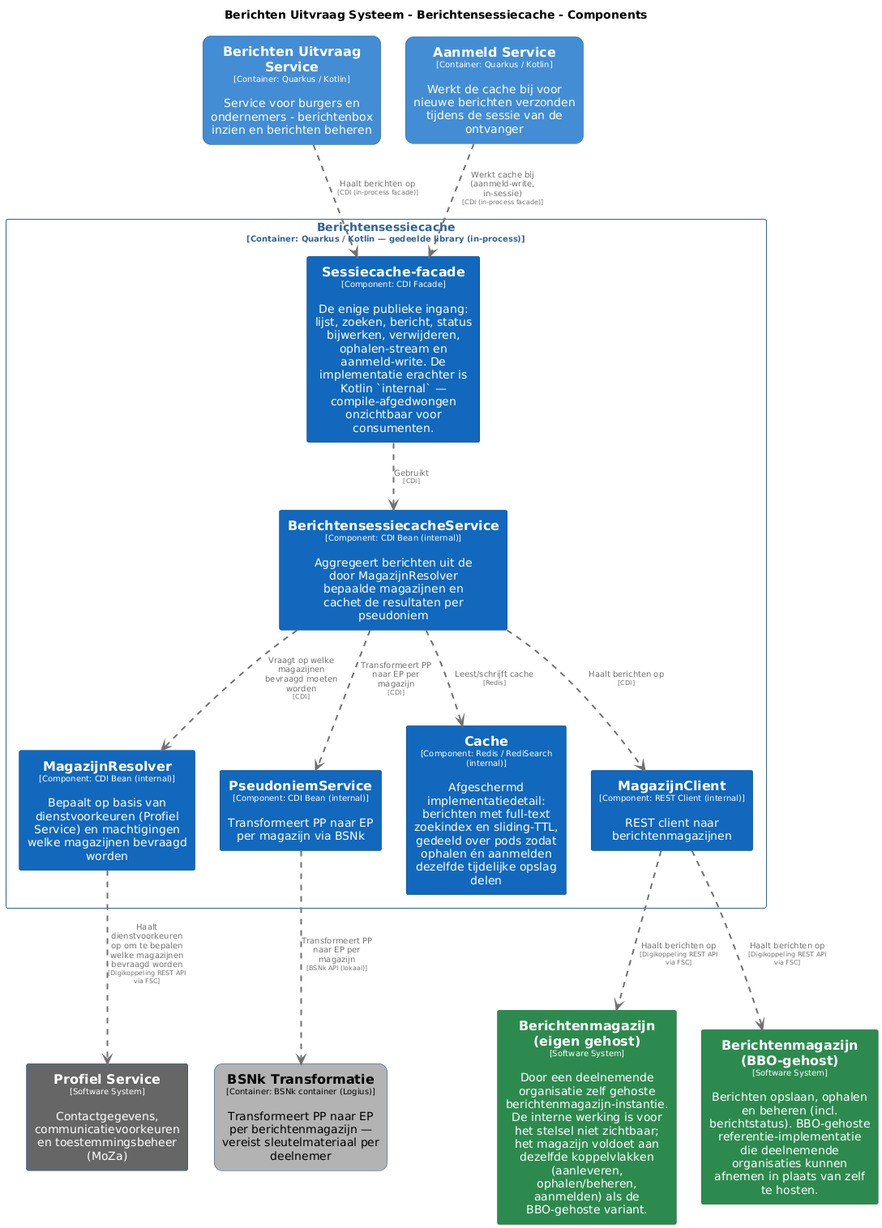
MinBZK/moza-poc-fbs-berichtenbox keeps this PlantUML diagram as pr-preview/pr-95/master/png/BerichtensessiecacheComponenten.png. Above is the earlier version. Its diagram source:
```plantuml
@startuml
set separator none
title Berichten Uitvraag Systeem - Berichtensessiecache - Components

top to bottom direction
skinparam ranksep 60
skinparam nodesep 30

skinparam {
  arrowFontSize 10
  defaultTextAlignment center
  wrapWidth 200
  maxMessageSize 100
}

hide stereotype

skinparam rectangle<<BerichtenUitvraagSysteem.AanmeldService>> {
  BackgroundColor #438dd5
  FontColor #ffffff
  BorderColor #2e6295
  roundCorner 20
  shadowing false
}
skinparam rectangle<<BerichtenUitvraagSysteem.BSNkTransformatie>> {
  BackgroundColor #b3b3b3
  FontColor #000000
  BorderColor #0b4884
  roundCorner 20
  shadowing false
}
skinparam rectangle<<BerichtenUitvraagSysteem.BerichtenUitvraagService>> {
  BackgroundColor #438dd5
  FontColor #ffffff
  BorderColor #2e6295
  roundCorner 20
  shadowing false
}
skinparam rectangle<<BerichtenmagazijnBBOgehost>> {
  BackgroundColor #2d8a4e
  FontColor #ffffff
  BorderColor #1e6b38
  shadowing false
}
skinparam rectangle<<Berichtenmagazijneigengehost>> {
  BackgroundColor #2d8a4e
  FontColor #ffffff
  BorderColor #1e6b38
  shadowing false
}
skinparam rectangle<<BerichtenUitvraagSysteem.Berichtensessiecache.BerichtensessiecacheService>> {
  BackgroundColor #1168bd
  FontColor #ffffff
  BorderColor #0b4884
  shadowing false
}
skinparam rectangle<<BerichtenUitvraagSysteem.Berichtensessiecache.Cache>> {
  BackgroundColor #1168bd
  FontColor #ffffff
  BorderColor #0b4884
  shadowing false
}
skinparam rectangle<<BerichtenUitvraagSysteem.Berichtensessiecache.MagazijnClient>> {
  BackgroundColor #1168bd
  FontColor #ffffff
  BorderColor #0b4884
  shadowing false
}
skinparam rectangle<<BerichtenUitvraagSysteem.Berichtensessiecache.MagazijnResolver>> {
  BackgroundColor #1168bd
  FontColor #ffffff
  BorderColor #0b4884
  shadowing false
}
skinparam rectangle<<ProfielService>> {
  BackgroundColor #666666
  FontColor #ffffff
  BorderColor #0b4884
  shadowing false
}
skinparam rectangle<<BerichtenUitvraagSysteem.Berichtensessiecache.PseudoniemService>> {
  BackgroundColor #1168bd
  FontColor #ffffff
  BorderColor #0b4884
  shadowing false
}
skinparam rectangle<<BerichtenUitvraagSysteem.Berichtensessiecache.Sessiecachefacade>> {
  BackgroundColor #1168bd
  FontColor #ffffff
  BorderColor #0b4884
  shadowing false
}
skinparam rectangle<<BerichtenUitvraagSysteem.Berichtensessiecache>> {
  BorderColor #2e6295
  FontColor #2e6295
  shadowing false
}

rectangle "==Profiel Service\n<size:10>[Software System]</size>\n\nContactgegevens, communicatievoorkeuren en toestemmingsbeheer (MoZa)" <<ProfielService>> as ProfielService
rectangle "==Berichtenmagazijn (eigen gehost)\n<size:10>[Software System]</size>\n\nDoor een deelnemende organisatie zelf gehoste berichtenmagazijn-instantie. De interne werking is voor het stelsel niet zichtbaar; het magazijn voldoet aan dezelfde koppelvlakken (aanleveren, ophalen/beheren, aanmelden) als de BBO-gehoste variant." <<Berichtenmagazijneigengehost>> as Berichtenmagazijneigengehost
rectangle "==Berichtenmagazijn (BBO-gehost)\n<size:10>[Software System]</size>\n\nBerichten opslaan, ophalen en beheren (incl. berichtstatus). BBO-gehoste referentie-implementatie die deelnemende organisaties kunnen afnemen in plaats van zelf te hosten." <<BerichtenmagazijnBBOgehost>> as BerichtenmagazijnBBOgehost
rectangle "==Berichten Uitvraag Service\n<size:10>[Container: Quarkus / Kotlin]</size>\n\nService voor burgers en ondernemers - berichtenbox inzien en berichten beheren" <<BerichtenUitvraagSysteem.BerichtenUitvraagService>> as BerichtenUitvraagSysteem.BerichtenUitvraagService
rectangle "==BSNk Transformatie\n<size:10>[Container: BSNk container (Logius)]</size>\n\nTransformeert PP naar EP per berichtenmagazijn — vereist sleutelmateriaal per deelnemer" <<BerichtenUitvraagSysteem.BSNkTransformatie>> as BerichtenUitvraagSysteem.BSNkTransformatie
rectangle "==Aanmeld Service\n<size:10>[Container: Quarkus / Kotlin]</size>\n\nWerkt de cache bij voor nieuwe berichten verzonden tijdens de sessie van de ontvanger" <<BerichtenUitvraagSysteem.AanmeldService>> as BerichtenUitvraagSysteem.AanmeldService

rectangle "Berichtensessiecache\n<size:10>[Container: Quarkus / Kotlin — gedeelde library (in-process)]</size>" <<BerichtenUitvraagSysteem.Berichtensessiecache>> {
  rectangle "==Sessiecache-facade\n<size:10>[Component: CDI Facade]</size>\n\nDe enige publieke ingang: lijst, zoeken, bericht, status bijwerken, verwijderen, ophalen-stream en aanmeld-write. De implementatie erachter is Kotlin `internal` — compile-afgedwongen onzichtbaar voor consumenten." <<BerichtenUitvraagSysteem.Berichtensessiecache.Sessiecachefacade>> as BerichtenUitvraagSysteem.Berichtensessiecache.Sessiecachefacade
  rectangle "==MagazijnResolver\n<size:10>[Component: CDI Bean (internal)]</size>\n\nBepaalt op basis van dienstvoorkeuren (Profiel Service) en machtigingen welke magazijnen bevraagd worden" <<BerichtenUitvraagSysteem.Berichtensessiecache.MagazijnResolver>> as BerichtenUitvraagSysteem.Berichtensessiecache.MagazijnResolver
  rectangle "==PseudoniemService\n<size:10>[Component: CDI Bean (internal)]</size>\n\nTransformeert PP naar EP per magazijn via BSNk" <<BerichtenUitvraagSysteem.Berichtensessiecache.PseudoniemService>> as BerichtenUitvraagSysteem.Berichtensessiecache.PseudoniemService
  rectangle "==BerichtensessiecacheService\n<size:10>[Component: CDI Bean (internal)]</size>\n\nAggregeert berichten uit de door MagazijnResolver bepaalde magazijnen en cachet de resultaten per pseudoniem" <<BerichtenUitvraagSysteem.Berichtensessiecache.BerichtensessiecacheService>> as BerichtenUitvraagSysteem.Berichtensessiecache.BerichtensessiecacheService
  rectangle "==Cache\n<size:10>[Component: Redis / RediSearch (internal)]</size>\n\nAfgeschermd implementatiedetail: berichten met full-text zoekindex en sliding-TTL, gedeeld over pods zodat ophalen én aanmelden dezelfde tijdelijke opslag delen" <<BerichtenUitvraagSysteem.Berichtensessiecache.Cache>> as BerichtenUitvraagSysteem.Berichtensessiecache.Cache
  rectangle "==MagazijnClient\n<size:10>[Component: REST Client (internal)]</size>\n\nREST client naar berichtenmagazijnen" <<BerichtenUitvraagSysteem.Berichtensessiecache.MagazijnClient>> as BerichtenUitvraagSysteem.Berichtensessiecache.MagazijnClient
}

BerichtenUitvraagSysteem.Berichtensessiecache.MagazijnClient .[#707070,thickness=2].> Berichtenmagazijneigengehost : "<color:#707070>Haalt berichten op\n<color:#707070><size:8>[Digikoppeling REST API via FSC]</size>"
BerichtenUitvraagSysteem.Berichtensessiecache.MagazijnResolver .[#707070,thickness=2].> ProfielService : "<color:#707070>Haalt dienstvoorkeuren op om te bepalen welke magazijnen bevraagd worden\n<color:#707070><size:8>[Digikoppeling REST API via FSC]</size>"
BerichtenUitvraagSysteem.Berichtensessiecache.MagazijnClient .[#707070,thickness=2].> BerichtenmagazijnBBOgehost : "<color:#707070>Haalt berichten op\n<color:#707070><size:8>[Digikoppeling REST API via FSC]</size>"
BerichtenUitvraagSysteem.Berichtensessiecache.Sessiecachefacade .[#707070,thickness=2].> BerichtenUitvraagSysteem.Berichtensessiecache.BerichtensessiecacheService : "<color:#707070>Gebruikt\n<color:#707070><size:8>[CDI]</size>"
BerichtenUitvraagSysteem.Berichtensessiecache.BerichtensessiecacheService .[#707070,thickness=2].> BerichtenUitvraagSysteem.Berichtensessiecache.MagazijnResolver : "<color:#707070>Vraagt op welke magazijnen bevraagd moeten worden\n<color:#707070><size:8>[CDI]</size>"
BerichtenUitvraagSysteem.Berichtensessiecache.BerichtensessiecacheService .[#707070,thickness=2].> BerichtenUitvraagSysteem.Berichtensessiecache.PseudoniemService : "<color:#707070>Transformeert PP naar EP per magazijn\n<color:#707070><size:8>[CDI]</size>"
BerichtenUitvraagSysteem.Berichtensessiecache.BerichtensessiecacheService .[#707070,thickness=2].> BerichtenUitvraagSysteem.Berichtensessiecache.Cache : "<color:#707070>Leest/schrijft cache\n<color:#707070><size:8>[Redis]</size>"
BerichtenUitvraagSysteem.Berichtensessiecache.BerichtensessiecacheService .[#707070,thickness=2].> BerichtenUitvraagSysteem.Berichtensessiecache.MagazijnClient : "<color:#707070>Haalt berichten op\n<color:#707070><size:8>[CDI]</size>"
BerichtenUitvraagSysteem.Berichtensessiecache.PseudoniemService .[#707070,thickness=2].> BerichtenUitvraagSysteem.BSNkTransformatie : "<color:#707070>Transformeert PP naar EP per magazijn\n<color:#707070><size:8>[BSNk API (lokaal)]</size>"
BerichtenUitvraagSysteem.AanmeldService .[#707070,thickness=2].> BerichtenUitvraagSysteem.Berichtensessiecache.Sessiecachefacade : "<color:#707070>Werkt cache bij (aanmeld-write, in-sessie)\n<color:#707070><size:8>[CDI (in-process facade)]</size>"
BerichtenUitvraagSysteem.BerichtenUitvraagService .[#707070,thickness=2].> BerichtenUitvraagSysteem.Berichtensessiecache.Sessiecachefacade : "<color:#707070>Haalt berichten op\n<color:#707070><size:8>[CDI (in-process facade)]</size>"
@enduml
```
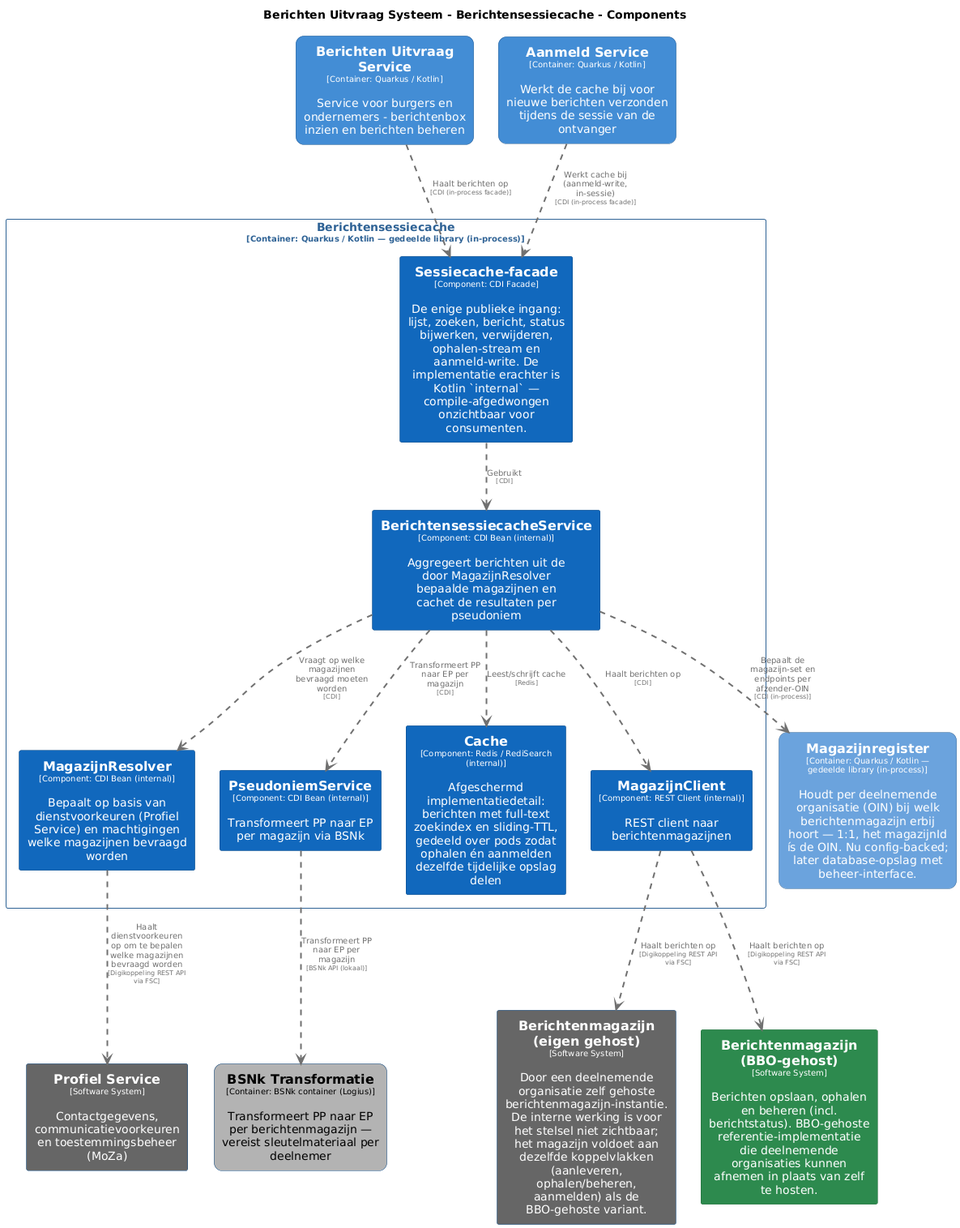
The same file after the commit.

Diff of the diagram source:
```diff
@@ -43,9 +43,9 @@
   shadowing false
 }
 skinparam rectangle<<Berichtenmagazijneigengehost>> {
-  BackgroundColor #2d8a4e
+  BackgroundColor #666666
   FontColor #ffffff
-  BorderColor #1e6b38
+  BorderColor #0b4884
   shadowing false
 }
 skinparam rectangle<<BerichtenUitvraagSysteem.Berichtensessiecache.BerichtensessiecacheService>> {
@@ -70,6 +70,13 @@
   BackgroundColor #1168bd
   FontColor #ffffff
   BorderColor #0b4884
+  shadowing false
+}
+skinparam rectangle<<BerichtenUitvraagSysteem.Magazijnregister>> {
+  BackgroundColor #6ba3dd
+  FontColor #ffffff
+  BorderColor #2e6295
+  roundCorner 20
   shadowing false
 }
 skinparam rectangle<<ProfielService>> {
@@ -102,6 +109,7 @@
 rectangle "==Berichten Uitvraag Service\n<size:10>[Container: Quarkus / Kotlin]</size>\n\nService voor burgers en ondernemers - berichtenbox inzien en berichten beheren" <<BerichtenUitvraagSysteem.BerichtenUitvraagService>> as BerichtenUitvraagSysteem.BerichtenUitvraagService
 rectangle "==BSNk Transformatie\n<size:10>[Container: BSNk container (Logius)]</size>\n\nTransformeert PP naar EP per berichtenmagazijn — vereist sleutelmateriaal per deelnemer" <<BerichtenUitvraagSysteem.BSNkTransformatie>> as BerichtenUitvraagSysteem.BSNkTransformatie
 rectangle "==Aanmeld Service\n<size:10>[Container: Quarkus / Kotlin]</size>\n\nWerkt de cache bij voor nieuwe berichten verzonden tijdens de sessie van de ontvanger" <<BerichtenUitvraagSysteem.AanmeldService>> as BerichtenUitvraagSysteem.AanmeldService
+rectangle "==Magazijnregister\n<size:10>[Container: Quarkus / Kotlin — gedeelde library (in-process)]</size>\n\nHoudt per deelnemende organisatie (OIN) bij welk berichtenmagazijn erbij hoort — 1:1, het magazijnId ís de OIN. Nu config-backed; later database-opslag met beheer-interface." <<BerichtenUitvraagSysteem.Magazijnregister>> as BerichtenUitvraagSysteem.Magazijnregister
 
 rectangle "Berichtensessiecache\n<size:10>[Container: Quarkus / Kotlin — gedeelde library (in-process)]</size>" <<BerichtenUitvraagSysteem.Berichtensessiecache>> {
   rectangle "==Sessiecache-facade\n<size:10>[Component: CDI Facade]</size>\n\nDe enige publieke ingang: lijst, zoeken, bericht, status bijwerken, verwijderen, ophalen-stream en aanmeld-write. De implementatie erachter is Kotlin `internal` — compile-afgedwongen onzichtbaar voor consumenten." <<BerichtenUitvraagSysteem.Berichtensessiecache.Sessiecachefacade>> as BerichtenUitvraagSysteem.Berichtensessiecache.Sessiecachefacade
@@ -123,4 +131,5 @@
 BerichtenUitvraagSysteem.Berichtensessiecache.PseudoniemService .[#707070,thickness=2].> BerichtenUitvraagSysteem.BSNkTransformatie : "<color:#707070>Transformeert PP naar EP per magazijn\n<color:#707070><size:8>[BSNk API (lokaal)]</size>"
 BerichtenUitvraagSysteem.AanmeldService .[#707070,thickness=2].> BerichtenUitvraagSysteem.Berichtensessiecache.Sessiecachefacade : "<color:#707070>Werkt cache bij (aanmeld-write, in-sessie)\n<color:#707070><size:8>[CDI (in-process facade)]</size>"
 BerichtenUitvraagSysteem.BerichtenUitvraagService .[#707070,thickness=2].> BerichtenUitvraagSysteem.Berichtensessiecache.Sessiecachefacade : "<color:#707070>Haalt berichten op\n<color:#707070><size:8>[CDI (in-process facade)]</size>"
+BerichtenUitvraagSysteem.Berichtensessiecache.BerichtensessiecacheService .[#707070,thickness=2].> BerichtenUitvraagSysteem.Magazijnregister : "<color:#707070>Bepaalt de magazijn-set en endpoints per afzender-OIN\n<color:#707070><size:8>[CDI (in-process)]</size>"
 @enduml
```
